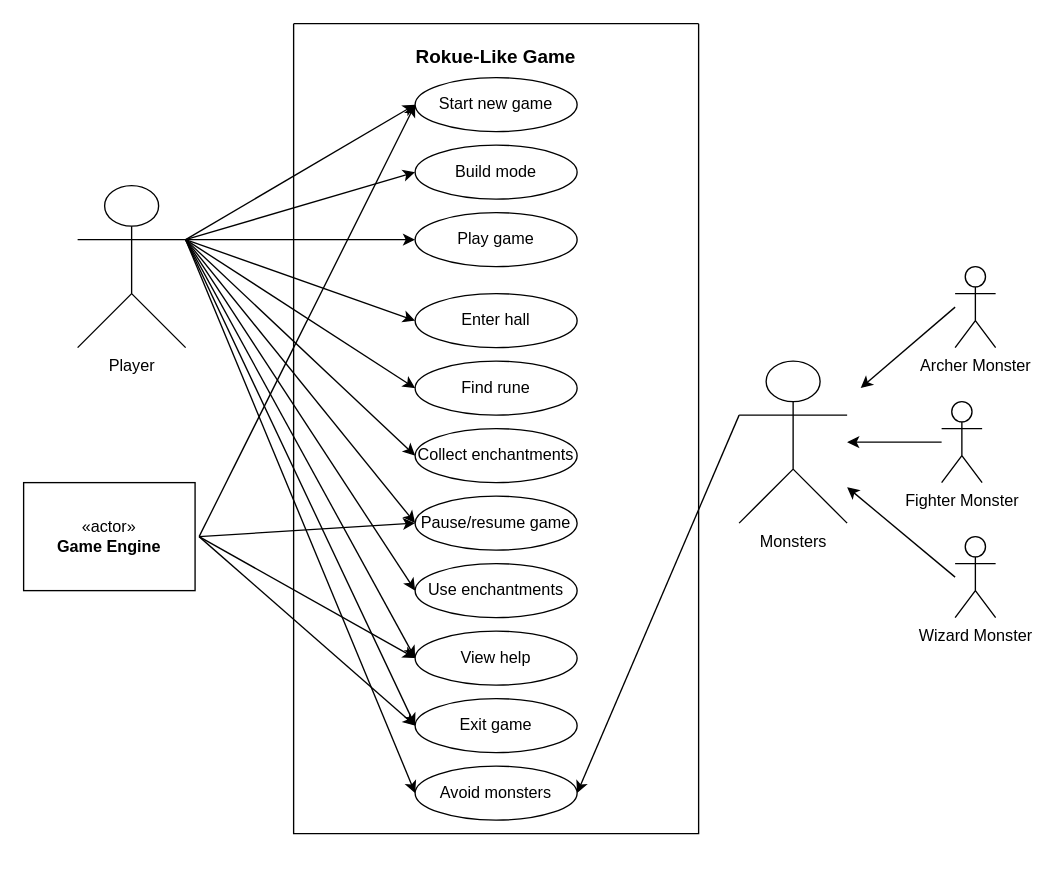
This is uml_use_case.drawio from zeynepyorulmaz/Rogue-Like, a draw.io file, before an edit. Source tidied: cells renumbered, new cells numbered last; positions are measured from the earlier drawing's top-left corner, leaving out a move shared by most shapes. Both pictures are drawn from the tidied source at 135%, with x=0, y=0 at pixel (23, 23).
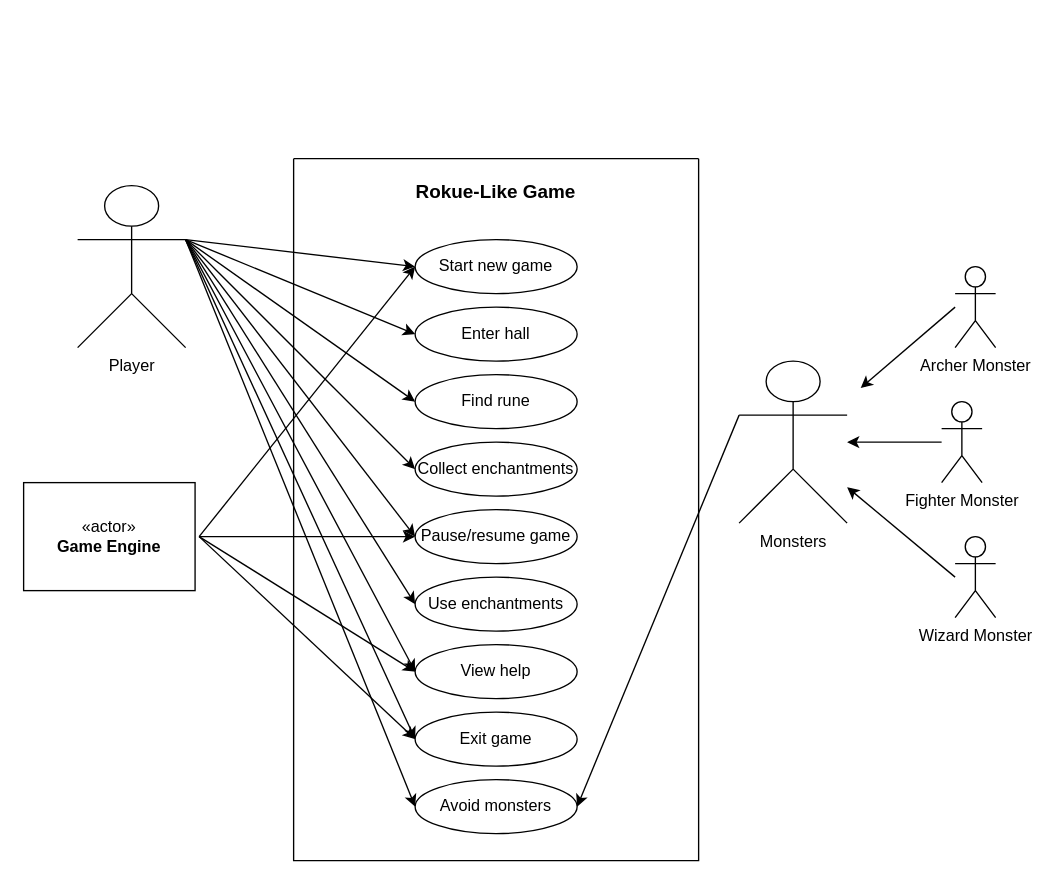
After the change.

Commit message:
removed unnecesary use cases

What changed in the source:
```diff
@@
     <mxCell id="24" style="swimlane;startSize=0;" parent="1" vertex="1">
-      <mxGeometry x="200" width="300" height="600" as="geometry" />
+      <mxGeometry x="200" y="100" width="300" height="520" as="geometry" />
     </mxCell>
@@
     <mxCell id="26" value="Start new game" style="ellipse;whiteSpace=wrap;html=1;" parent="24" vertex="1">
-      <mxGeometry x="90" y="40" width="120" height="40" as="geometry" />
+      <mxGeometry x="90" y="60" width="120" height="40" as="geometry" />
     </mxCell>
     <mxCell id="27" value="Enter hall" style="ellipse;whiteSpace=wrap;html=1;" parent="24" vertex="1">
-      <mxGeometry x="90" y="200" width="120" height="40" as="geometry" />
+      <mxGeometry x="90" y="110" width="120" height="40" as="geometry" />
     </mxCell>
     <mxCell id="28" value="Find rune" style="ellipse;whiteSpace=wrap;html=1;" parent="24" vertex="1">
-      <mxGeometry x="90" y="250" width="120" height="40" as="geometry" />
+      <mxGeometry x="90" y="160" width="120" height="40" as="geometry" />
     </mxCell>
     <mxCell id="29" value="Use enchantments" style="ellipse;whiteSpace=wrap;html=1;" parent="24" vertex="1">
-      <mxGeometry x="90" y="400" width="120" height="40" as="geometry" />
+      <mxGeometry x="90" y="310" width="120" height="40" as="geometry" />
     </mxCell>
     <mxCell id="30" value="Pause/resume game" style="ellipse;whiteSpace=wrap;html=1;" parent="24" vertex="1">
-      <mxGeometry x="90" y="350" width="120" height="40" as="geometry" />
+      <mxGeometry x="90" y="260" width="120" height="40" as="geometry" />
     </mxCell>
     <mxCell id="31" value="Exit game" style="ellipse;whiteSpace=wrap;html=1;" parent="24" vertex="1">
-      <mxGeometry x="90" y="500" width="120" height="40" as="geometry" />
+      <mxGeometry x="90" y="410" width="120" height="40" as="geometry" />
     </mxCell>
     <mxCell id="32" value="View help" style="ellipse;whiteSpace=wrap;html=1;" parent="24" vertex="1">
-      <mxGeometry x="90" y="450" width="120" height="40" as="geometry" />
+      <mxGeometry x="90" y="360" width="120" height="40" as="geometry" />
     </mxCell>
     <mxCell id="33" value="Avoid monsters" style="ellipse;whiteSpace=wrap;html=1;" parent="24" vertex="1">
-      <mxGeometry x="90" y="550" width="120" height="40" as="geometry" />
+      <mxGeometry x="90" y="460" width="120" height="40" as="geometry" />
     </mxCell>
-    <mxCell id="34" value="Build mode" style="ellipse;whiteSpace=wrap;html=1;" parent="24" vertex="1">
-      <mxGeometry x="90" y="90" width="120" height="40" as="geometry" />
-    </mxCell>
-    <mxCell id="35" value="Play game" style="ellipse;whiteSpace=wrap;html=1;" parent="24" vertex="1">
-      <mxGeometry x="90" y="140" width="120" height="40" as="geometry" />
-    </mxCell>
     <mxCell id="36" value="Collect enchantments" style="ellipse;whiteSpace=wrap;html=1;" parent="24" vertex="1">
-      <mxGeometry x="90" y="300" width="120" height="40" as="geometry" />
+      <mxGeometry x="90" y="210" width="120" height="40" as="geometry" />
     </mxCell>
@@
-    <mxCell id="38" style="endArrow=classic;html=1;rounded=0;entryX=0;entryY=0.5;entryDx=0;entryDy=0;" parent="1" edge="1" target="34">
-      <mxGeometry relative="1" as="geometry">
-        <mxPoint x="120" y="160" as="sourcePoint" />
-      </mxGeometry>
-    </mxCell>
-    <mxCell id="39" style="endArrow=classic;html=1;rounded=0;entryX=0;entryY=0.5;entryDx=0;entryDy=0;" parent="1" edge="1" target="35">
-      <mxGeometry relative="1" as="geometry">
-        <mxPoint x="120" y="160" as="sourcePoint" />
-      </mxGeometry>
-    </mxCell>
```
